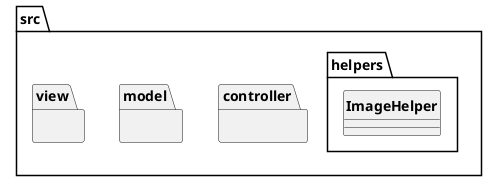
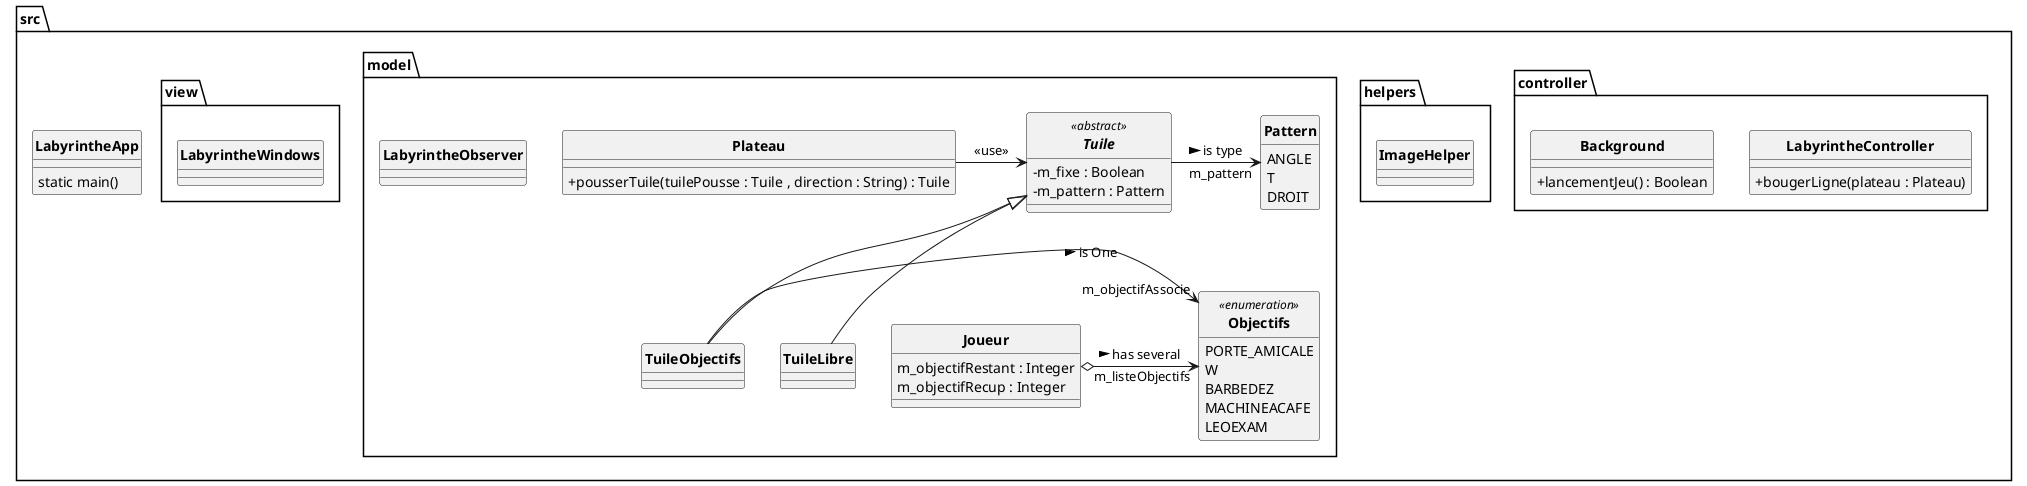
@startuml
'https://plantuml.com/class-diagram

skinparam style strictuml
skinparam classAttributeIconSize 0
skinparam classFontStyle Bold
hide enum methods


package src{
-     package controller{}
+     class LabyrintheApp{
+         static main()
+     }
+ 
+     package controller{
+         class LabyrintheController{
+         + bougerLigne(plateau : Plateau)
+         }
+         class Background{
+         + lancementJeu() : Boolean
+         }
+     }
    package helpers{
-         class ImageHelper{}
+         class ImageHelper{
+ 
+         }
    }
-     package model{}
-     package view{}
+     package model{
+         class Plateau{
+ 
+             + pousserTuile(tuilePousse : Tuile , direction : String) : Tuile
+         }
+         abstract class Tuile <<abstract>>{
+         - m_fixe : Boolean
+         - m_pattern : Pattern
+         }
+         enum Pattern{
+         ANGLE
+         T
+         DROIT
+         }
+         class TuileObjectifs extends Tuile{
+ 
+         }
+         class TuileLibre extends Tuile{}
+         class LabyrintheObserver{
+         }
+         enum Objectifs <<enumeration>>{
+             PORTE_AMICALE
+             W
+             BARBEDEZ
+             MACHINEACAFE
+             LEOEXAM
+         }
+ 
+         class Joueur{
+             m_objectifRestant : Integer
+             m_objectifRecup : Integer
+         }
+         TuileObjectifs -> "m_objectifAssocie" Objectifs : > is One
+         Joueur o-> "m_listeObjectifs" Objectifs : > has several
+         Tuile -> "m_pattern" Pattern : > is type
+         Plateau -> Tuile :  <<use>>
+ 
+     }
+     package view{
+         class LabyrintheWindows{}
+ 
+     }

}

@enduml